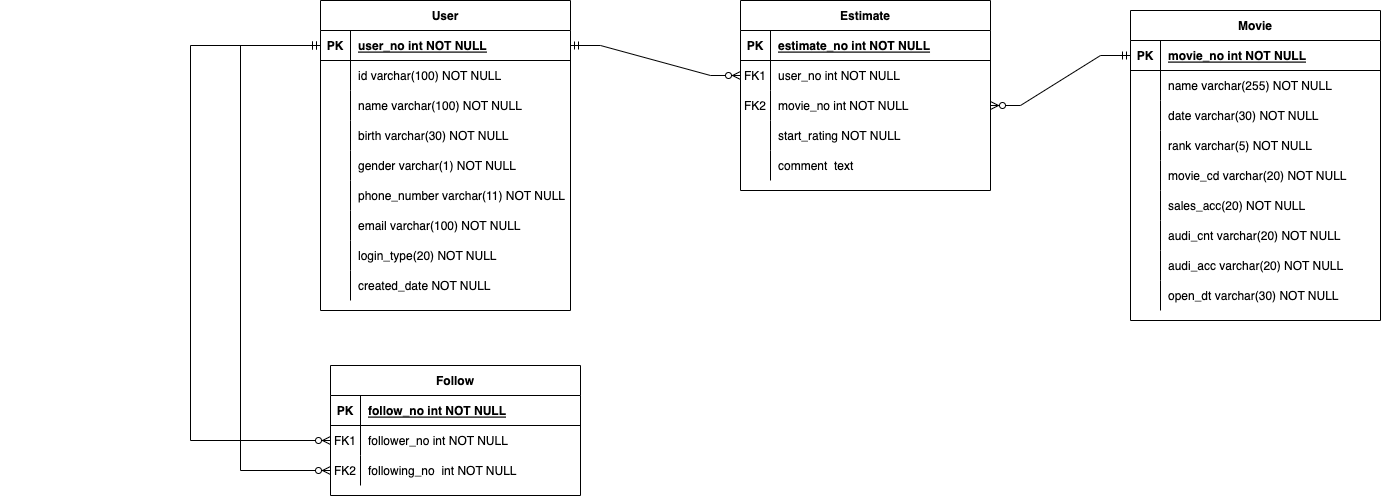
Above: gunvie.drawio.png in gun-bro98/gunvie-backend (draw.io), before the change. Source tidied: cells renumbered, new cells last; positions are measured from the earlier drawing's top-left corner, leaving out a move shared by most shapes.
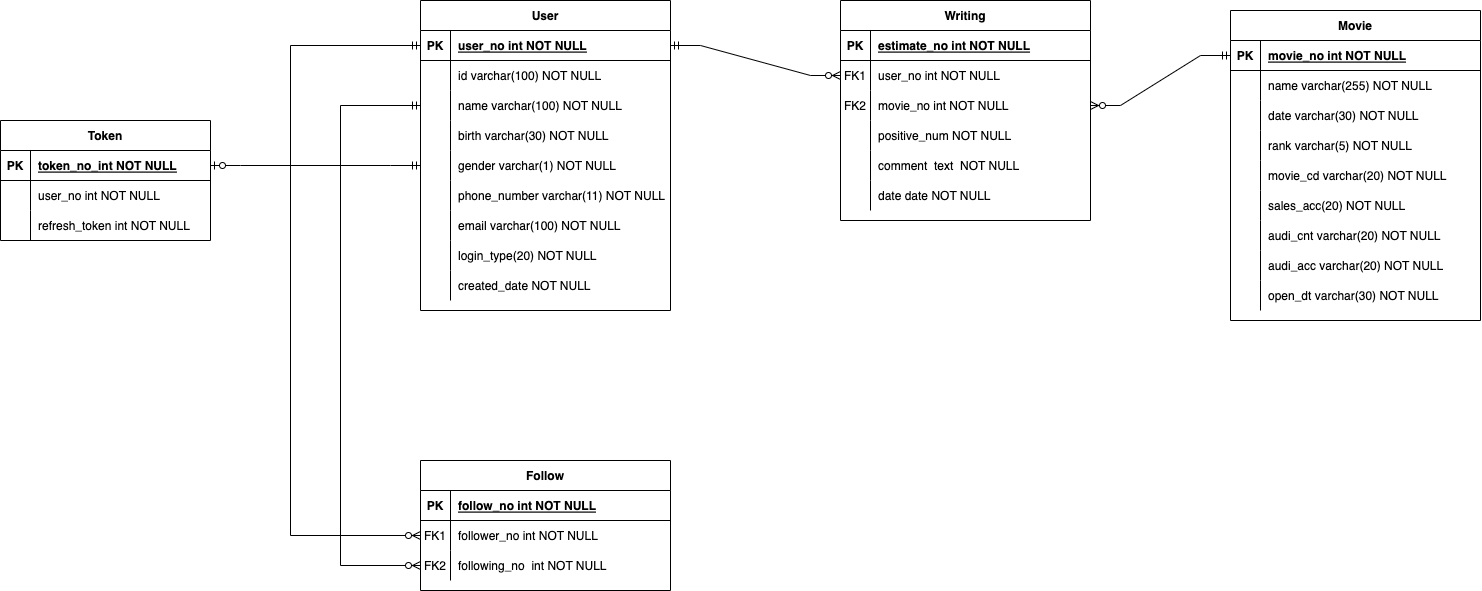
Later version of the same file.

Commit message:
gunvie.drawio.png이 추가되었습니다.

Change to the diagram source:
```diff
@@ -86,8 +86,8 @@
     <mxCell id="29" value="open_dt varchar(30) NOT NULL" style="shape=partialRectangle;fillColor=none;top=0;left=0;bottom=0;right=0;align=left;spacingLeft=6;overflow=hidden;" parent="27" vertex="1">
       <mxGeometry x="30" width="220" height="30" as="geometry" />
     </mxCell>
-    <mxCell id="30" value="Estimate" style="shape=table;startSize=30;rowLines=0;fontStyle=1;align=center;" parent="1" vertex="1">
-      <mxGeometry x="740" width="250" height="190" as="geometry" />
+    <mxCell id="30" value="Writing" style="shape=table;startSize=30;rowLines=0;fontStyle=1;align=center;" parent="1" vertex="1">
+      <mxGeometry x="740" width="250" height="220" as="geometry" />
     </mxCell>
     <mxCell id="31" style="shape=partialRectangle;fillColor=none;top=0;left=0;right=0;bottom=1;" parent="30" vertex="1">
       <mxGeometry y="30" width="250" height="30" as="geometry" />
@@ -122,7 +122,7 @@
     <mxCell id="41" style="shape=partialRectangle;fillColor=none;top=0;left=0;bottom=0;right=0;overflow=hidden;" parent="40" vertex="1">
       <mxGeometry width="30" height="30" as="geometry" />
     </mxCell>
-    <mxCell id="42" value="start_rating NOT NULL" style="shape=partialRectangle;fillColor=none;top=0;left=0;bottom=0;right=0;align=left;spacingLeft=6;overflow=hidden;" parent="40" vertex="1">
+    <mxCell id="42" value="positive_num NOT NULL" style="shape=partialRectangle;fillColor=none;top=0;left=0;bottom=0;right=0;align=left;spacingLeft=6;overflow=hidden;" parent="40" vertex="1">
       <mxGeometry x="30" width="220" height="30" as="geometry" />
     </mxCell>
     <mxCell id="43" style="shape=tableRow;horizontal=0;startSize=0;swimlaneHead=0;swimlaneBody=0;fillColor=none;top=0;left=0;right=0;bottom=0;" parent="30" vertex="1">
@@ -131,9 +131,18 @@
     <mxCell id="44" style="shape=partialRectangle;fillColor=none;top=0;left=0;bottom=0;right=0;overflow=hidden;" parent="43" vertex="1">
       <mxGeometry width="30" height="30" as="geometry" />
     </mxCell>
-    <mxCell id="45" value="comment  text " style="shape=partialRectangle;fillColor=none;top=0;left=0;bottom=0;right=0;align=left;spacingLeft=6;overflow=hidden;" parent="43" vertex="1">
+    <mxCell id="45" value="comment  text  NOT NULL" style="shape=partialRectangle;fillColor=none;top=0;left=0;bottom=0;right=0;align=left;spacingLeft=6;overflow=hidden;" parent="43" vertex="1">
       <mxGeometry x="30" width="220" height="30" as="geometry" />
     </mxCell>
+    <mxCell id="94" style="shape=tableRow;horizontal=0;startSize=0;swimlaneHead=0;swimlaneBody=0;fillColor=none;top=0;left=0;right=0;bottom=0;" parent="30" vertex="1">
+      <mxGeometry y="180" width="250" height="30" as="geometry" />
+    </mxCell>
+    <mxCell id="95" style="shape=partialRectangle;fillColor=none;top=0;left=0;bottom=0;right=0;overflow=hidden;" parent="94" vertex="1">
+      <mxGeometry width="30" height="30" as="geometry" />
+    </mxCell>
+    <mxCell id="96" value="date date NOT NULL" style="shape=partialRectangle;fillColor=none;top=0;left=0;bottom=0;right=0;align=left;spacingLeft=6;overflow=hidden;" parent="94" vertex="1">
+      <mxGeometry x="30" width="220" height="30" as="geometry" />
+    </mxCell>
     <mxCell id="46" value="User" style="shape=table;startSize=30;rowLines=0;fontStyle=1;align=center;" parent="1" vertex="1">
       <mxGeometry x="320" width="250" height="310" as="geometry" />
     </mxCell>
@@ -219,7 +228,7 @@
       <mxGeometry x="30" width="220" height="30" as="geometry" />
     </mxCell>
     <mxCell id="74" value="Follow" style="shape=table;startSize=30;rowLines=0;fontStyle=1;align=center;" parent="1" vertex="1">
-      <mxGeometry x="330" y="365" width="250" height="130" as="geometry" />
+      <mxGeometry x="320" y="460" width="250" height="130" as="geometry" />
     </mxCell>
     <mxCell id="75" style="shape=partialRectangle;fillColor=none;top=0;left=0;right=0;bottom=1;" parent="74" vertex="1">
       <mxGeometry y="30" width="250" height="30" as="geometry" />
@@ -254,12 +263,6 @@
     <mxCell id="85" style="shape=partialRectangle;fillColor=none;top=0;left=0;bottom=0;right=0;overflow=hidden;" parent="84" vertex="1">
       <mxGeometry width="30" height="30" as="geometry" />
     </mxCell>
-    <mxCell id="86" style="shape=tableRow;horizontal=0;startSize=0;swimlaneHead=0;swimlaneBody=0;fillColor=none;top=0;left=0;right=0;bottom=0;" parent="1" vertex="1">
-      <mxGeometry y="190" width="250" height="30" as="geometry" />
-    </mxCell>
-    <mxCell id="87" style="shape=partialRectangle;fillColor=none;top=0;left=0;bottom=0;right=0;overflow=hidden;" parent="86" vertex="1">
-      <mxGeometry width="30" height="30" as="geometry" />
-    </mxCell>
     <mxCell id="88" style="shape=tableRow;horizontal=0;startSize=0;swimlaneHead=0;swimlaneBody=0;fillColor=none;top=0;left=0;right=0;bottom=0;" parent="1" vertex="1">
       <mxGeometry x="935" y="350" width="250" height="30" as="geometry" />
     </mxCell>
@@ -279,7 +282,7 @@
         </Array>
       </mxGeometry>
     </mxCell>
-    <mxCell id="93" style="edgeStyle=elbowEdgeStyle;fontSize=12;html=1;endArrow=ERzeroToMany;startArrow=ERmandOne;rounded=0;exitX=0;exitY=0.5;exitDx=0;exitDy=0;entryX=0;entryY=0.5;entryDx=0;entryDy=0;" parent="1" edge="1" source="47" target="81">
+    <mxCell id="93" style="edgeStyle=elbowEdgeStyle;fontSize=12;html=1;endArrow=ERzeroToMany;startArrow=ERmandOne;rounded=0;exitX=0;exitY=0.5;exitDx=0;exitDy=0;entryX=0;entryY=0.5;entryDx=0;entryDy=0;" parent="1" edge="1" source="53" target="81">
       <mxGeometry relative="1" as="geometry">
         <Array as="points">
           <mxPoint x="240" y="100" />
@@ -287,5 +290,38 @@
         </Array>
       </mxGeometry>
     </mxCell>
+    <mxCell id="97" value="Token" style="shape=table;startSize=30;rowLines=0;fontStyle=1;align=center;" parent="1" vertex="1">
+      <mxGeometry x="-100" y="120" width="210" height="120" as="geometry" />
+    </mxCell>
+    <mxCell id="98" style="shape=tableRow;horizontal=0;startSize=0;swimlaneHead=0;swimlaneBody=0;fillColor=none;points=[[0,0.5],[1,0.5]];portConstraint=eastwest;top=0;left=0;right=0;bottom=1;" parent="97" vertex="1">
+      <mxGeometry y="30" width="210" height="30" as="geometry" />
+    </mxCell>
+    <mxCell id="99" value="PK" style="shape=partialRectangle;fillColor=none;top=0;left=0;bottom=0;right=0;fontStyle=1;overflow=hidden;" parent="98" vertex="1">
+      <mxGeometry width="30" height="30" as="geometry" />
+    </mxCell>
+    <mxCell id="100" value="token_no_int NOT NULL" style="shape=partialRectangle;fillColor=none;top=0;left=0;bottom=0;right=0;align=left;spacingLeft=6;fontStyle=5;overflow=hidden;" parent="98" vertex="1">
+      <mxGeometry x="30" width="180" height="30" as="geometry" />
+    </mxCell>
+    <mxCell id="101" style="shape=tableRow;horizontal=0;startSize=0;swimlaneHead=0;swimlaneBody=0;fillColor=none;top=0;left=0;right=0;bottom=0;" parent="97" vertex="1">
+      <mxGeometry y="60" width="210" height="30" as="geometry" />
+    </mxCell>
+    <mxCell id="102" style="shape=partialRectangle;fillColor=none;top=0;left=0;bottom=0;right=0;overflow=hidden;" parent="101" vertex="1">
+      <mxGeometry width="30" height="30" as="geometry" />
+    </mxCell>
+    <mxCell id="103" value="user_no int NOT NULL" style="shape=partialRectangle;fillColor=none;top=0;left=0;bottom=0;right=0;align=left;spacingLeft=6;overflow=hidden;" parent="101" vertex="1">
+      <mxGeometry x="30" width="180" height="30" as="geometry" />
+    </mxCell>
+    <mxCell id="104" style="shape=tableRow;horizontal=0;startSize=0;swimlaneHead=0;swimlaneBody=0;fillColor=none;top=0;left=0;right=0;bottom=0;" parent="97" vertex="1">
+      <mxGeometry y="90" width="210" height="30" as="geometry" />
+    </mxCell>
+    <mxCell id="105" style="shape=partialRectangle;fillColor=none;top=0;left=0;bottom=0;right=0;overflow=hidden;" parent="104" vertex="1">
+      <mxGeometry width="30" height="30" as="geometry" />
+    </mxCell>
+    <mxCell id="106" value="refresh_token int NOT NULL" style="shape=partialRectangle;fillColor=none;top=0;left=0;bottom=0;right=0;align=left;spacingLeft=6;overflow=hidden;" parent="104" vertex="1">
+      <mxGeometry x="30" width="180" height="30" as="geometry" />
+    </mxCell>
+    <mxCell id="107" style="edgeStyle=entityRelationEdgeStyle;fontSize=12;html=1;endArrow=ERzeroToOne;startArrow=ERmandOne;rounded=0;exitX=0;exitY=0.5;exitDx=0;exitDy=0;" parent="1" edge="1" source="59" target="98">
+      <mxGeometry relative="1" as="geometry" />
+    </mxCell>
   </root>
 </mxGraphModel>
```
